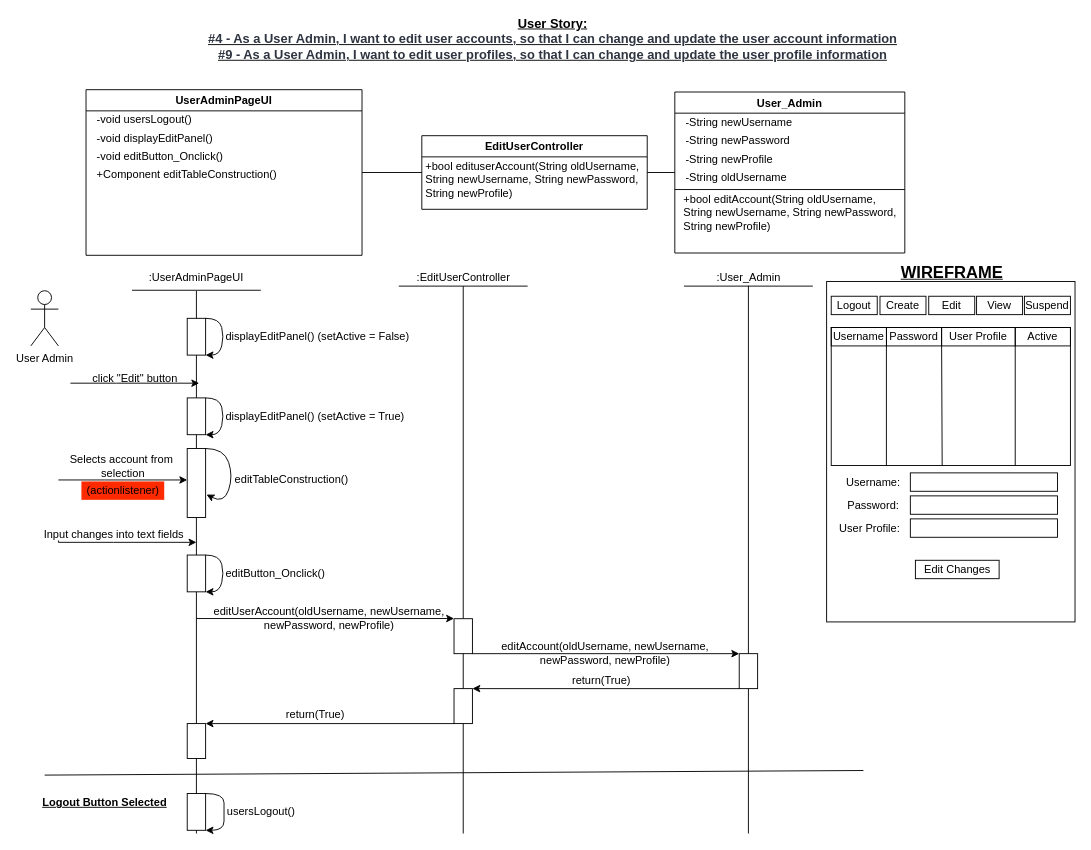
Before: BCE_UML_and_Diagrams/UserAdmin_Edit(UserStory_4&9)/UserStory_4&9_BCE_Sequence.drawio in extred5700/JAVAGUI-Restaurant-Table-Order-System, a draw.io diagram. Source tidied: cells renumbered, new cells numbered last; positions are measured from the earlier drawing's top-left corner, leaving out a move shared by most shapes. Both pictures are drawn from the tidied source at 92%, with x=0, y=0 at pixel (30, 16).
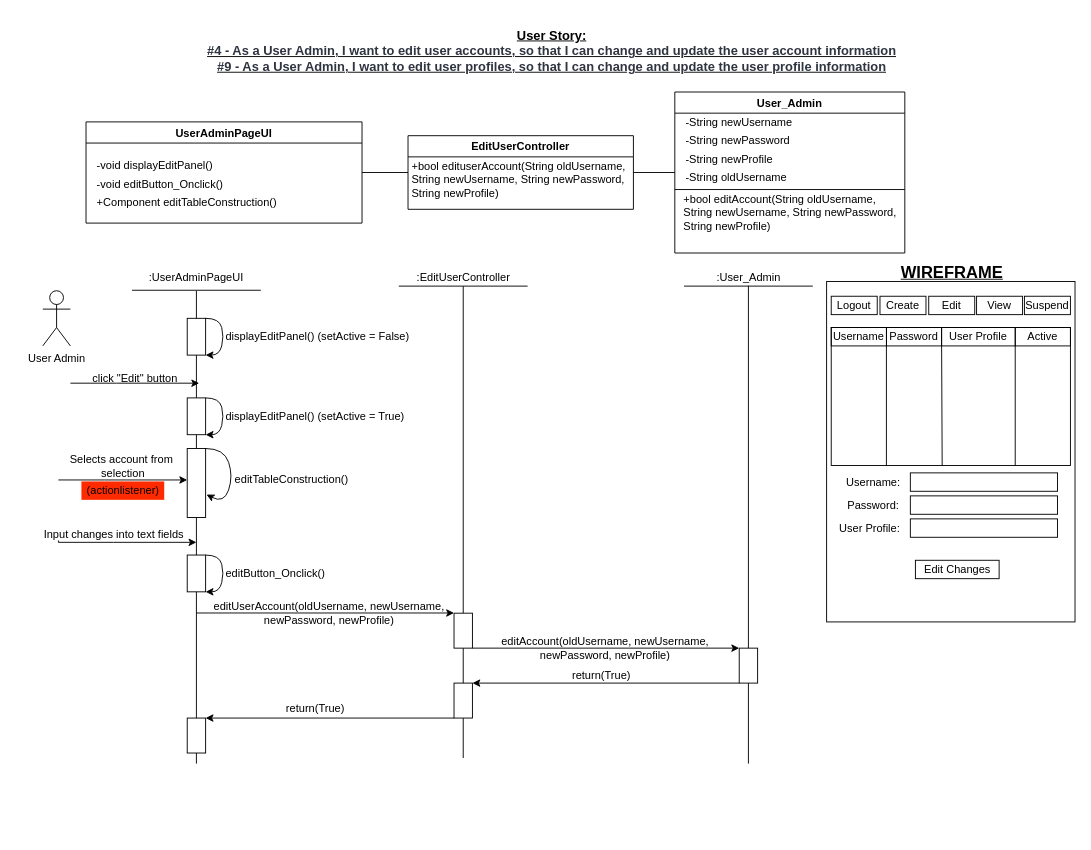
After the change.

Unchanged cells that the change refers to:
```xml
<mxCell id="24" value=":User_Admin" style="text;html=1;align=center;verticalAlign=middle;points=[];strokeColor=none;fillColor=none;" parent="1" vertex="1">
  <mxGeometry x="740" y="273.5" width="80" height="20" as="geometry" />
</mxCell>
```

The edit, as a diff of the source:
```diff
@@
     <mxCell id="4" value="UserAdminPageUI" style="swimlane;" parent="1" vertex="1">
-      <mxGeometry x="60" y="80" width="300" height="180" as="geometry" />
+      <mxGeometry x="60" y="115" width="300" height="110" as="geometry" />
     </mxCell>
-    <mxCell id="5" value="-void usersLogout()" style="text;html=1;align=left;verticalAlign=middle;strokeColor=none;fillColor=none;" parent="4" vertex="1">
-      <mxGeometry x="10" y="23" width="120" height="20" as="geometry" />
-    </mxCell>
     <mxCell id="6" value="-void displayEditPanel()" style="text;html=1;align=left;verticalAlign=middle;strokeColor=none;fillColor=none;" parent="4" vertex="1">
-      <mxGeometry x="10" y="43" width="140" height="20" as="geometry" />
+      <mxGeometry x="10" y="38" width="140" height="20" as="geometry" />
     </mxCell>
     <mxCell id="7" value="+Component editTableConstruction()" style="text;html=1;align=left;verticalAlign=middle;strokeColor=none;fillColor=none;" parent="4" vertex="1">
-      <mxGeometry x="10" y="83" width="210" height="20" as="geometry" />
+      <mxGeometry x="10" y="78" width="210" height="20" as="geometry" />
     </mxCell>
     <mxCell id="8" value="-void editButton_Onclick()" style="text;html=1;align=left;verticalAlign=middle;strokeColor=none;fillColor=none;" parent="4" vertex="1">
-      <mxGeometry x="10" y="63" width="150" height="20" as="geometry" />
+      <mxGeometry x="10" y="58" width="150" height="20" as="geometry" />
     </mxCell>
     <mxCell id="9" value="EditUserController" style="swimlane;" parent="1" vertex="1">
-      <mxGeometry x="425" y="130" width="245" height="80" as="geometry" />
+      <mxGeometry x="410" y="130" width="245" height="80" as="geometry" />
     </mxCell>
@@
     <mxCell id="21" value="User Admin" style="shape=umlActor;verticalLabelPosition=bottom;verticalAlign=top;html=1;" parent="1" vertex="1">
-      <mxGeometry y="298.5" width="30" height="60" as="geometry" />
+      <mxGeometry x="13" y="298.5" width="30" height="60" as="geometry" />
     </mxCell>
@@
     <mxCell id="29" style="endArrow=none;html=1;rounded=0;entryX=0.5;entryY=0.982;entryDx=0;entryDy=0;entryPerimeter=0;" parent="1" edge="1" target="24">
       <mxGeometry relative="1" as="geometry">
-        <mxPoint x="780" y="888.5" as="sourcePoint" />
+        <mxPoint x="780" y="812.5" as="sourcePoint" />
       </mxGeometry>
     </mxCell>
@@
     <mxCell id="42" style="endArrow=none;html=1;rounded=0;fontSize=17;" parent="1" edge="1">
       <mxGeometry relative="1" as="geometry">
-        <mxPoint x="180" y="888.5" as="sourcePoint" />
+        <mxPoint x="180" y="812.5" as="sourcePoint" />
         <mxPoint x="180" y="298.5" as="targetPoint" />
       </mxGeometry>
     </mxCell>
@@
     <mxCell id="57" style="endArrow=classic;html=1;rounded=0;entryX=0;entryY=0;entryDx=0;entryDy=0;" parent="1" edge="1">
       <mxGeometry relative="1" as="geometry">
-        <mxPoint x="180" y="654.8" as="sourcePoint" />
-        <mxPoint x="460" y="654.8" as="targetPoint" />
+        <mxPoint x="180" y="648.8" as="sourcePoint" />
+        <mxPoint x="460" y="648.8" as="targetPoint" />
       </mxGeometry>
     </mxCell>
     <mxCell id="58" value="editUserAccount(oldUsername, newUsername,&lt;br&gt;newPassword, newProfile)" style="text;html=1;align=center;verticalAlign=middle;strokeColor=none;fillColor=none;" parent="1" vertex="1">
-      <mxGeometry x="189" y="639.8" width="270" height="30" as="geometry" />
+      <mxGeometry x="189" y="633.8" width="270" height="30" as="geometry" />
     </mxCell>
     <mxCell id="59" style="rounded=0;whiteSpace=wrap;html=1;" parent="1" vertex="1">
-      <mxGeometry x="460" y="655" width="20" height="38" as="geometry" />
+      <mxGeometry x="460" y="649" width="20" height="38" as="geometry" />
     </mxCell>
     <mxCell id="60" style="endArrow=none;html=1;rounded=0;startArrow=none;entryX=0.5;entryY=1;entryDx=0;entryDy=0;entryPerimeter=0;" parent="1" edge="1" target="59">
       <mxGeometry relative="1" as="geometry">
-        <mxPoint x="470" y="888.5" as="sourcePoint" />
+        <mxPoint x="470" y="806.5" as="sourcePoint" />
       </mxGeometry>
     </mxCell>
     <mxCell id="61" style="endArrow=classic;html=1;rounded=0;entryX=0;entryY=0;entryDx=0;entryDy=0;" parent="1" edge="1" target="63">
       <mxGeometry relative="1" as="geometry">
-        <mxPoint x="480" y="693" as="sourcePoint" />
+        <mxPoint x="480" y="687" as="sourcePoint" />
       </mxGeometry>
     </mxCell>
     <mxCell id="62" value="editAccount(oldUsername, newUsername,&lt;br&gt;newPassword, newProfile)" style="text;html=1;align=center;verticalAlign=middle;strokeColor=none;fillColor=none;" parent="1" vertex="1">
-      <mxGeometry x="504" y="678" width="240" height="30" as="geometry" />
+      <mxGeometry x="504" y="672" width="240" height="30" as="geometry" />
     </mxCell>
     <mxCell id="63" style="rounded=0;whiteSpace=wrap;html=1;" parent="1" vertex="1">
-      <mxGeometry x="770" y="693" width="20" height="38" as="geometry" />
+      <mxGeometry x="770" y="687" width="20" height="38" as="geometry" />
     </mxCell>
@@
     <mxCell id="65" style="rounded=0;whiteSpace=wrap;html=1;" parent="1" vertex="1">
-      <mxGeometry x="460" y="731" width="20" height="38" as="geometry" />
+      <mxGeometry x="460" y="725" width="20" height="38" as="geometry" />
     </mxCell>
     <mxCell id="66" value="return(True)" style="text;html=1;align=center;verticalAlign=middle;strokeColor=none;fillColor=none;" parent="1" vertex="1">
-      <mxGeometry x="580" y="712.8" width="80" height="20" as="geometry" />
+      <mxGeometry x="580" y="706.8" width="80" height="20" as="geometry" />
     </mxCell>
@@
     <mxCell id="68" value="return(True)" style="text;html=1;align=center;verticalAlign=middle;strokeColor=none;fillColor=none;" parent="1" vertex="1">
-      <mxGeometry x="269" y="749" width="80" height="20" as="geometry" />
+      <mxGeometry x="269" y="743" width="80" height="20" as="geometry" />
     </mxCell>
     <mxCell id="69" style="rounded=0;whiteSpace=wrap;html=1;" parent="1" vertex="1">
-      <mxGeometry x="170" y="769" width="20" height="38" as="geometry" />
+      <mxGeometry x="170" y="763" width="20" height="38" as="geometry" />
     </mxCell>
@@
-    <mxCell id="79" value="Logout Button Selected" style="text;html=1;align=center;verticalAlign=middle;strokeColor=none;fillColor=none;fontStyle=5;" parent="1" vertex="1">
-      <mxGeometry x="5" y="845" width="150" height="20" as="geometry" />
-    </mxCell>
-    <mxCell id="80" style="endArrow=none;html=1;rounded=0;" parent="1" edge="1">
-      <mxGeometry relative="1" as="geometry">
-        <mxPoint x="15" y="825" as="sourcePoint" />
-        <mxPoint x="905" y="820" as="targetPoint" />
-      </mxGeometry>
-    </mxCell>
-    <mxCell id="81" style="rounded=0;whiteSpace=wrap;html=1;" parent="1" vertex="1">
-      <mxGeometry x="170" y="845" width="20" height="40" as="geometry" />
-    </mxCell>
-    <mxCell id="82" style="curved=1;endArrow=classic;html=1;rounded=0;entryX=1;entryY=1;entryDx=0;entryDy=0;exitX=1;exitY=0;exitDx=0;exitDy=0;" parent="1" edge="1" source="81" target="81">
-      <mxGeometry relative="1" as="geometry">
-        <Array as="points">
-          <mxPoint x="210" y="845" />
-          <mxPoint x="210" y="865" />
-          <mxPoint x="210" y="885" />
-        </Array>
-      </mxGeometry>
-    </mxCell>
-    <mxCell id="83" value="&lt;span style=&quot;text-align: left&quot;&gt;usersLogout()&lt;/span&gt;" style="text;html=1;align=center;verticalAlign=middle;strokeColor=none;fillColor=none;" parent="1" vertex="1">
-      <mxGeometry x="205" y="855" width="90" height="20" as="geometry" />
-    </mxCell>
     <mxCell id="84" value="&lt;b&gt;&lt;u&gt;&lt;font style=&quot;font-size: 14px&quot;&gt;User Story:&lt;/font&gt;&lt;br&gt;&lt;span style=&quot;color: rgb(46 , 52 , 64) ; font-family: , &amp;#34;arial&amp;#34; , &amp;#34;helvetica&amp;#34; , sans-serif ; font-size: 14px ; background-color: rgb(255 , 255 , 255)&quot;&gt;#4 - As a User Admin, I want to edit user accounts, so that I can change and update the user account information&lt;br&gt;#9 - As a User Admin, I want to edit user profiles, so that I can change and update the user profile information&lt;br&gt;&lt;/span&gt;&lt;/u&gt;&lt;/b&gt;" style="text;html=1;align=center;verticalAlign=middle;strokeColor=none;fillColor=none;" parent="1" vertex="1">
-      <mxGeometry x="187" width="760" height="50" as="geometry" />
+      <mxGeometry x="186" y="12.5" width="760" height="50" as="geometry" />
     </mxCell>
```
